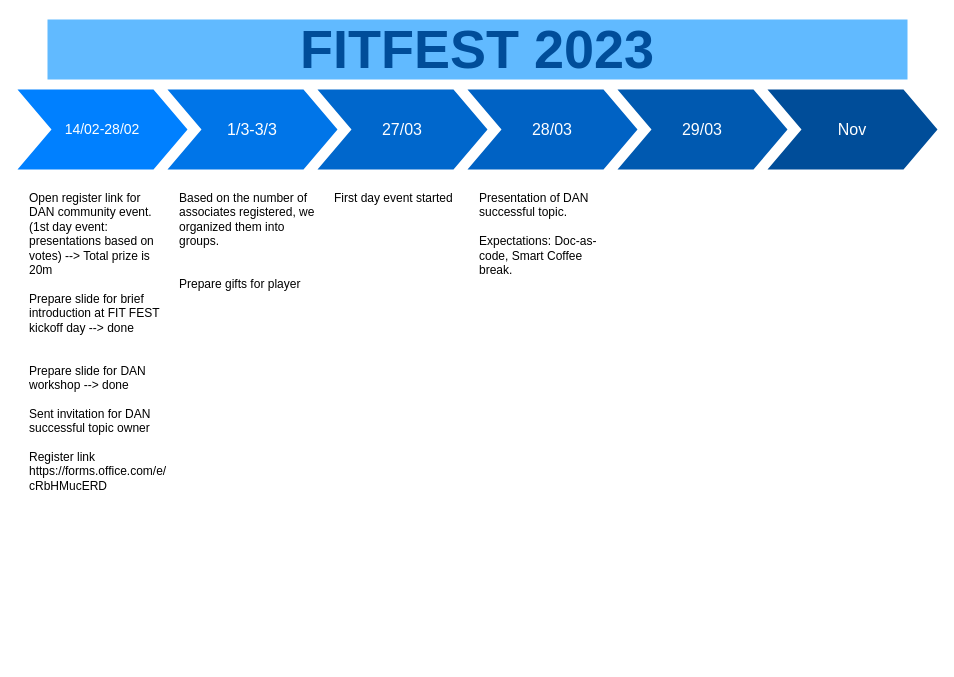
nguyenDesign/python_test keeps this draw.io diagram as Untitled Diagram.drawio. Above is the earlier version. Source tidied: cells renumbered, new cells numbered last; positions are measured from the earlier drawing's top-left corner, leaving out a move shared by most shapes. Both pictures are drawn from the tidied source at 100%, with x=0, y=0 at pixel (17, 19).
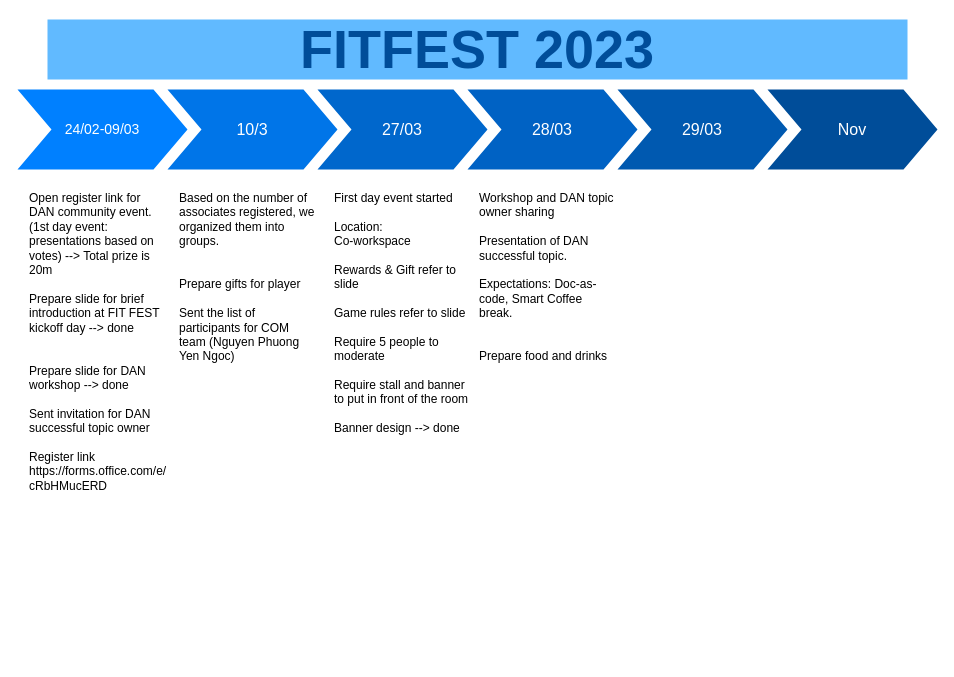
The same page after the edit.

Commit message:
Dan TIMELINE

The edit, as a diff of the source:
```diff
@@
 <mxGraphModel>
   <root>
     <mxCell id="0" />
     <mxCell id="1" parent="0" />
-    <mxCell id="2" value="14/02-28/02" style="shape=step;whiteSpace=wrap;html=1;fontSize=14;fillColor=#0080FF;fontColor=#FFFFFF;strokeColor=none;" parent="1" vertex="1">
+    <mxCell id="2" value="24/02-09/03" style="shape=step;whiteSpace=wrap;html=1;fontSize=14;fillColor=#0080FF;fontColor=#FFFFFF;strokeColor=none;" parent="1" vertex="1">
       <mxGeometry y="70" width="170" height="80" as="geometry" />
     </mxCell>
-    <mxCell id="3" value="1/3-3/3" style="shape=step;whiteSpace=wrap;html=1;fontSize=16;fillColor=#0075E8;fontColor=#FFFFFF;strokeColor=none;" parent="1" vertex="1">
+    <mxCell id="3" value="10/3" style="shape=step;whiteSpace=wrap;html=1;fontSize=16;fillColor=#0075E8;fontColor=#FFFFFF;strokeColor=none;" parent="1" vertex="1">
       <mxGeometry x="150" y="70" width="170" height="80" as="geometry" />
     </mxCell>
     <mxCell id="4" value="27/03" style="shape=step;whiteSpace=wrap;html=1;fontSize=16;fillColor=#0067CC;fontColor=#FFFFFF;strokeColor=none;" parent="1" vertex="1">
       <mxGeometry x="300" y="70" width="170" height="80" as="geometry" />
     </mxCell>
     <mxCell id="5" value="28/03" style="shape=step;whiteSpace=wrap;html=1;fontSize=16;fillColor=#0062C4;fontColor=#FFFFFF;strokeColor=none;" parent="1" vertex="1">
       <mxGeometry x="450" y="70" width="170" height="80" as="geometry" />
     </mxCell>
     <mxCell id="6" value="29/03" style="shape=step;whiteSpace=wrap;html=1;fontSize=16;fillColor=#0059B0;fontColor=#FFFFFF;strokeColor=none;" parent="1" vertex="1">
       <mxGeometry x="600" y="70" width="170" height="80" as="geometry" />
     </mxCell>
     <mxCell id="7" value="Nov" style="shape=step;whiteSpace=wrap;html=1;fontSize=16;fillColor=#004D99;fontColor=#FFFFFF;strokeColor=none;" parent="1" vertex="1">
       <mxGeometry x="750" y="70" width="170" height="80" as="geometry" />
     </mxCell>
     <mxCell id="8" value="FITFEST 2023" style="text;html=1;strokeColor=none;fillColor=#61BAFF;align=center;verticalAlign=middle;whiteSpace=wrap;fontSize=54;fontStyle=1;fontColor=#004D99;" parent="1" vertex="1">
       <mxGeometry x="30" width="860" height="60" as="geometry" />
     </mxCell>
     <mxCell id="9" value="Open register link for DAN community event.&lt;br&gt;(1st day event: presentations based on votes) --&amp;gt; Total prize is 20m&lt;br&gt;&lt;br&gt;Prepare slide for brief introduction at FIT FEST kickoff day --&amp;gt; done&lt;br&gt;&lt;br&gt;&lt;br&gt;Prepare slide for DAN workshop --&amp;gt; done&lt;br&gt;&lt;br&gt;Sent invitation for DAN successful topic owner&lt;br&gt;&lt;br&gt;Register link&lt;br&gt;https://forms.office.com/e/&lt;br&gt;cRbHMucERD" style="text;spacingTop=-5;fillColor=#ffffff;whiteSpace=wrap;html=1;align=left;fontSize=12;fontFamily=Helvetica;fillColor=none;strokeColor=none;" parent="1" vertex="1">
       <mxGeometry x="10" y="170" width="140" height="470" as="geometry" />
     </mxCell>
-    <mxCell id="10" value="Based on the number of associates registered, we organized them into groups.&lt;br&gt;&lt;br&gt;&lt;br&gt;Prepare gifts for player&lt;br&gt;" style="text;spacingTop=-5;fillColor=#ffffff;whiteSpace=wrap;html=1;align=left;fontSize=12;fontFamily=Helvetica;fillColor=none;strokeColor=none;" parent="1" vertex="1">
+    <mxCell id="10" value="Based on the number of associates registered, we organized them into groups.&lt;br&gt;&lt;br&gt;&lt;br&gt;Prepare gifts for player&lt;br&gt;&lt;br&gt;Sent the list of participants for COM team (Nguyen Phuong Yen Ngoc)" style="text;spacingTop=-5;fillColor=#ffffff;whiteSpace=wrap;html=1;align=left;fontSize=12;fontFamily=Helvetica;fillColor=none;strokeColor=none;" parent="1" vertex="1">
       <mxGeometry x="160" y="170" width="140" height="470" as="geometry" />
     </mxCell>
-    <mxCell id="11" value="First day event started" style="text;spacingTop=-5;fillColor=#ffffff;whiteSpace=wrap;html=1;align=left;fontSize=12;fontFamily=Helvetica;fillColor=none;strokeColor=none;" parent="1" vertex="1">
+    <mxCell id="11" value="First day event started&lt;br&gt;&lt;br&gt;Location:&amp;nbsp;&lt;br&gt;Co-workspace&lt;br&gt;&lt;br&gt;Rewards &amp;amp; Gift refer to slide&amp;nbsp;&lt;br&gt;&lt;br&gt;Game rules refer to slide&lt;br&gt;&lt;br&gt;Require 5 people to moderate&lt;br&gt;&lt;br&gt;Require stall and banner to put in front of the room&lt;br&gt;&lt;br&gt;Banner design --&amp;gt; done" style="text;spacingTop=-5;fillColor=#ffffff;whiteSpace=wrap;html=1;align=left;fontSize=12;fontFamily=Helvetica;fillColor=none;strokeColor=none;" parent="1" vertex="1">
       <mxGeometry x="315" y="170" width="140" height="470" as="geometry" />
     </mxCell>
-    <mxCell id="12" value="Presentation of DAN successful topic.&lt;br&gt;&lt;br&gt;Expectations: Doc-as-code, Smart Coffee break." style="text;spacingTop=-5;fillColor=#ffffff;whiteSpace=wrap;html=1;align=left;fontSize=12;fontFamily=Helvetica;fillColor=none;strokeColor=none;" parent="1" vertex="1">
+    <mxCell id="12" value="Workshop and DAN topic owner sharing&lt;br&gt;&lt;br&gt;Presentation of DAN successful topic.&lt;br&gt;&lt;br&gt;Expectations: Doc-as-code, Smart Coffee break.&lt;br&gt;&lt;br&gt;&lt;br&gt;Prepare food and drinks" style="text;spacingTop=-5;fillColor=#ffffff;whiteSpace=wrap;html=1;align=left;fontSize=12;fontFamily=Helvetica;fillColor=none;strokeColor=none;" parent="1" vertex="1">
       <mxGeometry x="460" y="170" width="140" height="470" as="geometry" />
     </mxCell>
   </root>
 </mxGraphModel>
```
